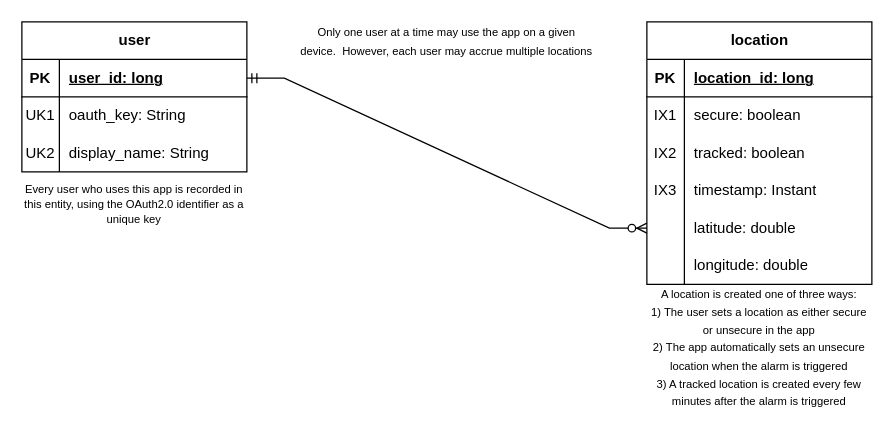
Above: work/erd.drawio in ddc-java-17/leave-me-alone-reedsearle (draw.io), before the change. Source tidied: cells renumbered, new cells numbered last; positions are measured from the earlier drawing's top-left corner, leaving out a move shared by most shapes. Both pictures are drawn from the tidied source at 125%, with x=0, y=0 at pixel (21, 21).
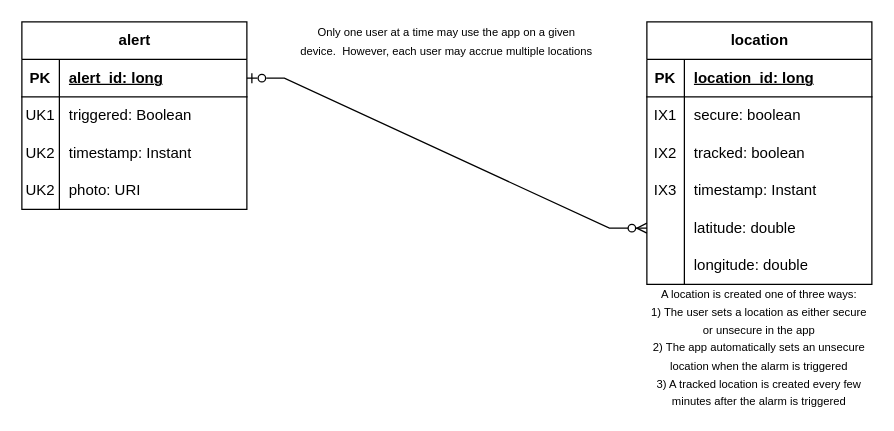
After the change.

The change refers to these unchanged cells:
```xml
<mxCell id="3" style="shape=tableRow;horizontal=0;startSize=0;swimlaneHead=0;swimlaneBody=0;fillColor=none;points=[[0,0.5],[1,0.5]];portConstraint=eastwest;top=0;left=0;right=0;bottom=1;" parent="2" vertex="1">
  <mxGeometry y="30" width="180" height="30" as="geometry" />
</mxCell>
<mxCell id="6" style="shape=tableRow;horizontal=0;startSize=0;swimlaneHead=0;swimlaneBody=0;fillColor=none;top=0;left=0;right=0;bottom=0;" parent="2" vertex="1">
  <mxGeometry y="60" width="180" height="30" as="geometry" />
</mxCell>
<mxCell id="9" style="shape=tableRow;horizontal=0;startSize=0;swimlaneHead=0;swimlaneBody=0;fillColor=none;top=0;left=0;right=0;bottom=0;" parent="2" vertex="1">
  <mxGeometry y="90" width="180" height="30" as="geometry" />
</mxCell>
<mxCell id="25" style="shape=tableRow;horizontal=0;startSize=0;swimlaneHead=0;swimlaneBody=0;fillColor=none;points=[[0,0.5],[1,0.5]];portConstraint=eastwest;top=0;left=0;right=0;bottom=0;" parent="12" vertex="1">
  <mxGeometry y="150" width="180" height="30" as="geometry" />
</mxCell>
```

Diff of the diagram source:
```diff
@@
-    <mxCell id="2" value="user" style="shape=table;startSize=30;childLayout=tableLayout;rowLines=0;fontStyle=1;align=center;html=1;" parent="1" vertex="1">
-      <mxGeometry width="180" height="120" as="geometry" />
+    <mxCell id="2" value="alert" style="shape=table;startSize=30;childLayout=tableLayout;rowLines=0;fontStyle=1;align=center;html=1;" parent="1" vertex="1">
+      <mxGeometry width="180" height="150" as="geometry" />
     </mxCell>
@@
-    <mxCell id="5" value="user_id: long" style="shape=partialRectangle;fillColor=none;top=0;left=0;bottom=0;right=0;align=left;spacingLeft=6;fontStyle=5;overflow=hidden;whiteSpace=wrap;html=1;" parent="3" vertex="1">
+    <mxCell id="5" value="alert_id: long" style="shape=partialRectangle;fillColor=none;top=0;left=0;bottom=0;right=0;align=left;spacingLeft=6;fontStyle=5;overflow=hidden;whiteSpace=wrap;html=1;" parent="3" vertex="1">
       <mxGeometry x="30" width="150" height="30" as="geometry" />
     </mxCell>
@@
-    <mxCell id="8" value="oauth_key: String" style="shape=partialRectangle;fillColor=none;top=0;left=0;bottom=0;right=0;align=left;spacingLeft=6;overflow=hidden;whiteSpace=wrap;html=1;" parent="6" vertex="1">
+    <mxCell id="8" value="triggered: Boolean" style="shape=partialRectangle;fillColor=none;top=0;left=0;bottom=0;right=0;align=left;spacingLeft=6;overflow=hidden;whiteSpace=wrap;html=1;" parent="6" vertex="1">
       <mxGeometry x="30" width="150" height="30" as="geometry" />
     </mxCell>
@@
-    <mxCell id="11" value="display_name: String" style="shape=partialRectangle;fillColor=none;top=0;left=0;bottom=0;right=0;align=left;spacingLeft=6;overflow=hidden;whiteSpace=wrap;html=1;" parent="9" vertex="1">
+    <mxCell id="11" value="timestamp: Instant" style="shape=partialRectangle;fillColor=none;top=0;left=0;bottom=0;right=0;align=left;spacingLeft=6;overflow=hidden;whiteSpace=wrap;html=1;" parent="9" vertex="1">
       <mxGeometry x="30" width="150" height="30" as="geometry" />
     </mxCell>
+    <mxCell id="35" style="shape=tableRow;horizontal=0;startSize=0;swimlaneHead=0;swimlaneBody=0;fillColor=none;top=0;left=0;right=0;bottom=0;" parent="2" vertex="1">
+      <mxGeometry y="120" width="180" height="30" as="geometry" />
+    </mxCell>
+    <mxCell id="36" value="UK2" style="shape=partialRectangle;fillColor=none;top=0;left=0;bottom=0;right=0;overflow=hidden;whiteSpace=wrap;html=1;" parent="35" vertex="1">
+      <mxGeometry width="30" height="30" as="geometry" />
+    </mxCell>
+    <mxCell id="37" value="photo: URI" style="shape=partialRectangle;fillColor=none;top=0;left=0;bottom=0;right=0;align=left;spacingLeft=6;overflow=hidden;whiteSpace=wrap;html=1;" parent="35" vertex="1">
+      <mxGeometry x="30" width="150" height="30" as="geometry" />
+    </mxCell>
@@
-    <mxCell id="31" style="edgeStyle=entityRelationEdgeStyle;fontSize=12;html=1;endArrow=ERzeroToMany;endFill=1;rounded=0;entryX=0;entryY=0.5;entryDx=0;entryDy=0;exitX=1;exitY=0.5;exitDx=0;exitDy=0;startArrow=ERmandOne;startFill=0;" parent="1" edge="1" source="3" target="25">
+    <mxCell id="31" style="edgeStyle=entityRelationEdgeStyle;fontSize=12;html=1;endArrow=ERzeroToMany;endFill=1;rounded=0;entryX=0;entryY=0.5;entryDx=0;entryDy=0;exitX=1;exitY=0.5;exitDx=0;exitDy=0;startArrow=ERzeroToOne;startFill=0;" parent="1" edge="1" source="3" target="25">
       <mxGeometry relative="1" as="geometry" />
     </mxCell>
-    <mxCell id="32" value="&lt;font style=&quot;font-size: 9px;&quot;&gt;Every user who uses this app is recorded in this entity, using the OAuth2.0 identifier as a unique key&lt;/font&gt;" style="whiteSpace=wrap;html=1;fillColor=none;fontSize=10;strokeColor=none;" parent="1" vertex="1">
-      <mxGeometry y="120" width="180" height="50" as="geometry" />
-    </mxCell>
```
